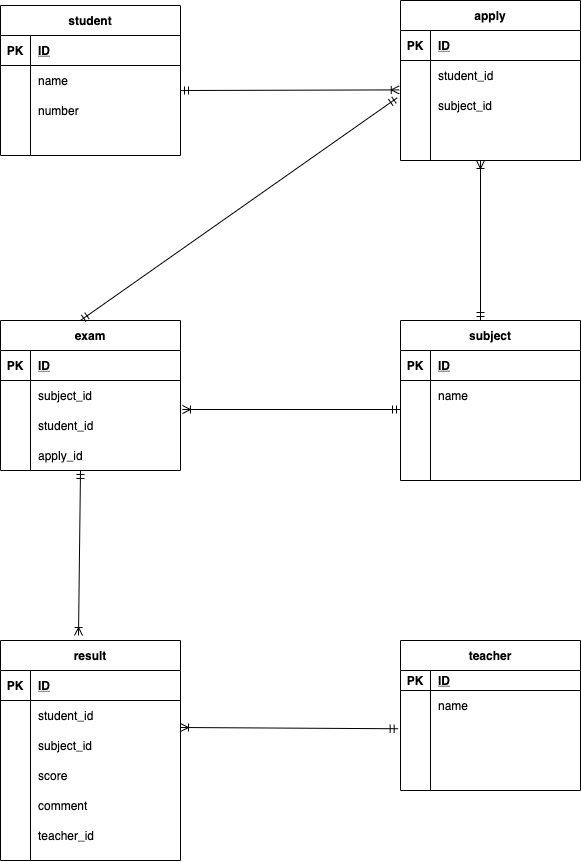
Before: index.drawio.png, a diagram exported from draw.io (kurakawaryunosuke/datebase). Source tidied: cells renumbered, new cells last; positions are measured from the earlier drawing's top-left corner, leaving out a move shared by most shapes.
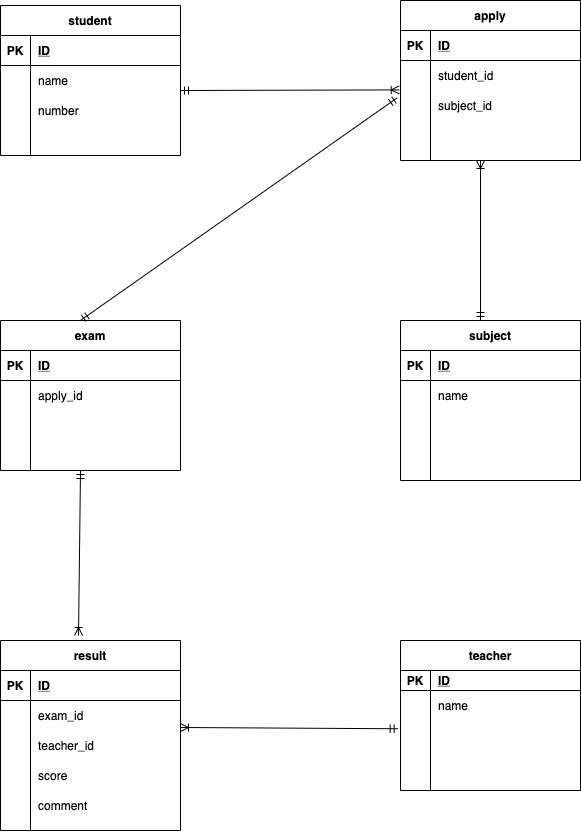
The same diagram one commit later.

Diff of the diagram source:
```diff
@@ -59,7 +59,7 @@
     <mxCell id="20" style="shape=partialRectangle;fillColor=none;top=0;left=0;bottom=0;right=0;overflow=hidden;" parent="19" vertex="1">
       <mxGeometry width="30" height="30" as="geometry" />
     </mxCell>
-    <mxCell id="21" value="subject_id" style="shape=partialRectangle;fillColor=none;top=0;left=0;bottom=0;right=0;align=left;spacingLeft=6;overflow=hidden;" parent="19" vertex="1">
+    <mxCell id="21" value="apply_id" style="shape=partialRectangle;fillColor=none;top=0;left=0;bottom=0;right=0;align=left;spacingLeft=6;overflow=hidden;" parent="19" vertex="1">
       <mxGeometry x="30" width="150" height="30" as="geometry" />
     </mxCell>
     <mxCell id="22" style="shape=partialRectangle;fillColor=none;top=0;left=0;bottom=0;right=0;points=[[0,0.5],[1,0.5]];portConstraint=eastwest;" parent="15" vertex="1">
@@ -68,7 +68,7 @@
     <mxCell id="23" style="shape=partialRectangle;fillColor=none;top=0;left=0;bottom=0;right=0;overflow=hidden;" parent="22" vertex="1">
       <mxGeometry width="30" height="30" as="geometry" />
     </mxCell>
-    <mxCell id="24" value="student_id" style="shape=partialRectangle;fillColor=none;top=0;left=0;bottom=0;right=0;align=left;spacingLeft=6;overflow=hidden;" parent="22" vertex="1">
+    <mxCell id="24" style="shape=partialRectangle;fillColor=none;top=0;left=0;bottom=0;right=0;align=left;spacingLeft=6;overflow=hidden;" parent="22" vertex="1">
       <mxGeometry x="30" width="150" height="30" as="geometry" />
     </mxCell>
     <mxCell id="25" style="shape=partialRectangle;fillColor=none;top=0;left=0;bottom=0;right=0;" parent="15" vertex="1">
@@ -77,7 +77,7 @@
     <mxCell id="26" style="shape=partialRectangle;fillColor=none;top=0;left=0;bottom=0;right=0;overflow=hidden;" parent="25" vertex="1">
       <mxGeometry width="30" height="30" as="geometry" />
     </mxCell>
-    <mxCell id="27" value="apply_id" style="shape=partialRectangle;fillColor=none;top=0;left=0;bottom=0;right=0;align=left;spacingLeft=6;overflow=hidden;" parent="25" vertex="1">
+    <mxCell id="27" style="shape=partialRectangle;fillColor=none;top=0;left=0;bottom=0;right=0;align=left;spacingLeft=6;overflow=hidden;" parent="25" vertex="1">
       <mxGeometry x="30" width="150" height="30" as="geometry" />
     </mxCell>
     <mxCell id="28" style="fontSize=12;html=1;endArrow=ERmandOne;startArrow=ERmandOne;entryX=0.444;entryY=0;entryDx=0;entryDy=0;entryPerimeter=0;exitX=-0.018;exitY=0.243;exitDx=0;exitDy=0;exitPerimeter=0;endFill=0;" parent="1" edge="1" source="84" target="15">
@@ -162,7 +162,7 @@
       <mxGeometry x="30" width="150" height="30" as="geometry" />
     </mxCell>
     <mxCell id="55" value="result" style="shape=table;startSize=30;rowLines=0;fontStyle=1;align=center;" parent="1" vertex="1">
-      <mxGeometry y="640" width="180" height="220" as="geometry" />
+      <mxGeometry y="640" width="180" height="190" as="geometry" />
     </mxCell>
     <mxCell id="56" style="shape=partialRectangle;fillColor=none;top=0;left=0;bottom=1;right=0;" parent="55" vertex="1">
       <mxGeometry y="30" width="180" height="30" as="geometry" />
@@ -179,7 +179,7 @@
     <mxCell id="60" style="shape=partialRectangle;fillColor=none;top=0;left=0;bottom=0;right=0;overflow=hidden;" parent="59" vertex="1">
       <mxGeometry width="30" height="30" as="geometry" />
     </mxCell>
-    <mxCell id="61" value="student_id" style="shape=partialRectangle;fillColor=none;top=0;left=0;bottom=0;right=0;align=left;spacingLeft=6;overflow=hidden;" parent="59" vertex="1">
+    <mxCell id="61" value="exam_id" style="shape=partialRectangle;fillColor=none;top=0;left=0;bottom=0;right=0;align=left;spacingLeft=6;overflow=hidden;" parent="59" vertex="1">
       <mxGeometry x="30" width="150" height="30" as="geometry" />
     </mxCell>
     <mxCell id="62" style="shape=partialRectangle;fillColor=none;top=0;left=0;bottom=0;right=0;" parent="55" vertex="1">
@@ -188,7 +188,7 @@
     <mxCell id="63" style="shape=partialRectangle;fillColor=none;top=0;left=0;bottom=0;right=0;overflow=hidden;" parent="62" vertex="1">
       <mxGeometry width="30" height="30" as="geometry" />
     </mxCell>
-    <mxCell id="64" value="subject_id" style="shape=partialRectangle;fillColor=none;top=0;left=0;bottom=0;right=0;align=left;spacingLeft=6;overflow=hidden;" parent="62" vertex="1">
+    <mxCell id="64" value="teacher_id" style="shape=partialRectangle;fillColor=none;top=0;left=0;bottom=0;right=0;align=left;spacingLeft=6;overflow=hidden;" parent="62" vertex="1">
       <mxGeometry x="30" width="150" height="30" as="geometry" />
     </mxCell>
     <mxCell id="65" style="shape=partialRectangle;fillColor=none;top=0;left=0;bottom=0;right=0;" parent="55" vertex="1">
@@ -209,15 +209,6 @@
     <mxCell id="70" value="comment" style="shape=partialRectangle;fillColor=none;top=0;left=0;bottom=0;right=0;align=left;spacingLeft=6;overflow=hidden;" parent="68" vertex="1">
       <mxGeometry x="30" width="150" height="30" as="geometry" />
     </mxCell>
-    <mxCell id="71" style="shape=partialRectangle;fillColor=none;top=0;left=0;bottom=0;right=0;" parent="55" vertex="1">
-      <mxGeometry y="180" width="180" height="30" as="geometry" />
-    </mxCell>
-    <mxCell id="72" style="shape=partialRectangle;fillColor=none;top=0;left=0;bottom=0;right=0;overflow=hidden;" parent="71" vertex="1">
-      <mxGeometry width="30" height="30" as="geometry" />
-    </mxCell>
-    <mxCell id="73" value="teacher_id" style="shape=partialRectangle;fillColor=none;top=0;left=0;bottom=0;right=0;align=left;spacingLeft=6;overflow=hidden;" parent="71" vertex="1">
-      <mxGeometry x="30" width="150" height="30" as="geometry" />
-    </mxCell>
     <mxCell id="74" style="fontSize=12;html=1;endArrow=ERoneToMany;startArrow=ERmandOne;" parent="1" edge="1">
       <mxGeometry relative="1" as="geometry">
         <mxPoint x="80" y="470" as="sourcePoint" />
@@ -229,11 +220,6 @@
         <mxPoint x="180" y="727" as="targetPoint" />
       </mxGeometry>
     </mxCell>
-    <mxCell id="76" style="fontSize=12;html=1;endArrow=ERoneToMany;startArrow=ERmandOne;entryX=1.011;entryY=-0.033;entryDx=0;entryDy=0;entryPerimeter=0;startFill=0;" parent="1" edge="1" target="22">
-      <mxGeometry relative="1" as="geometry">
-        <mxPoint x="400" y="409" as="sourcePoint" />
-      </mxGeometry>
-    </mxCell>
     <mxCell id="77" value="apply" style="shape=table;startSize=30;rowLines=0;fontStyle=1;align=center;" parent="1" vertex="1">
       <mxGeometry x="400" width="180" height="160" as="geometry" />
     </mxCell>
```
